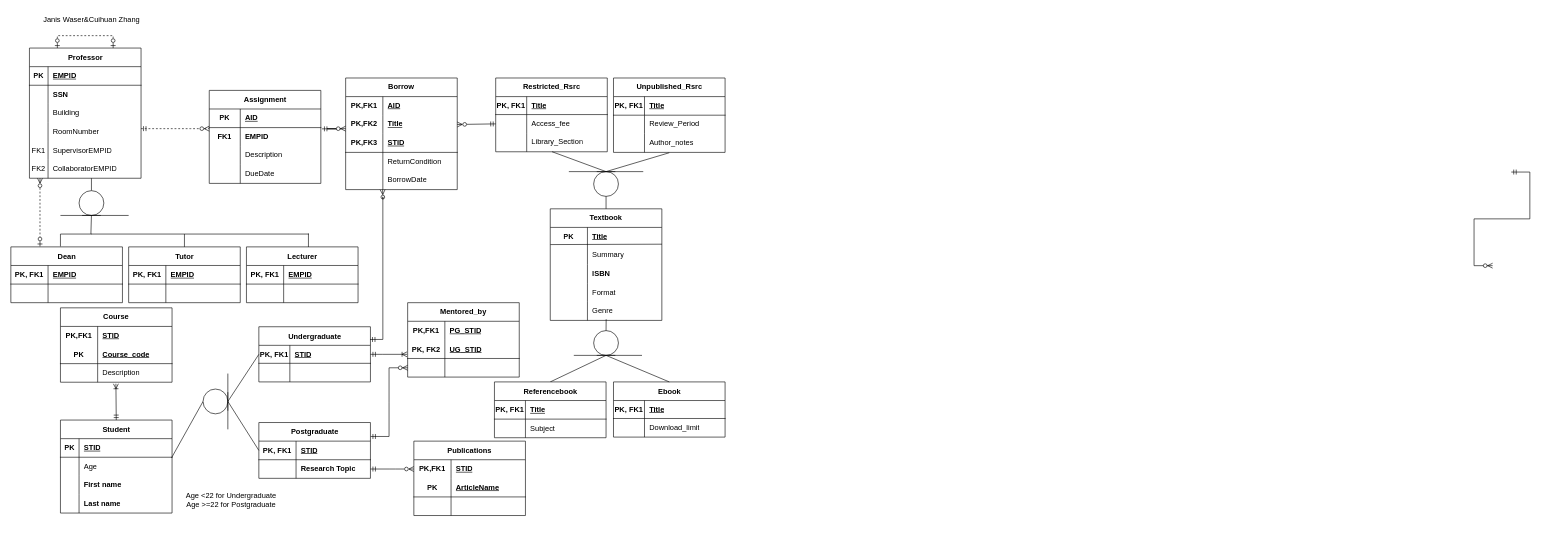
us-ja/Data_Management keeps this draw.io diagram as Homework2/DM-HW2_Janis_Waser_Cuihan_Zhang.drawio. Above is the earlier version. Source tidied: cells renumbered, new cells numbered last; positions are measured from the earlier drawing's top-left corner, leaving out a move shared by most shapes. Both pictures are drawn from the tidied source at 62%, with x=0, y=0 at pixel (11, 11).
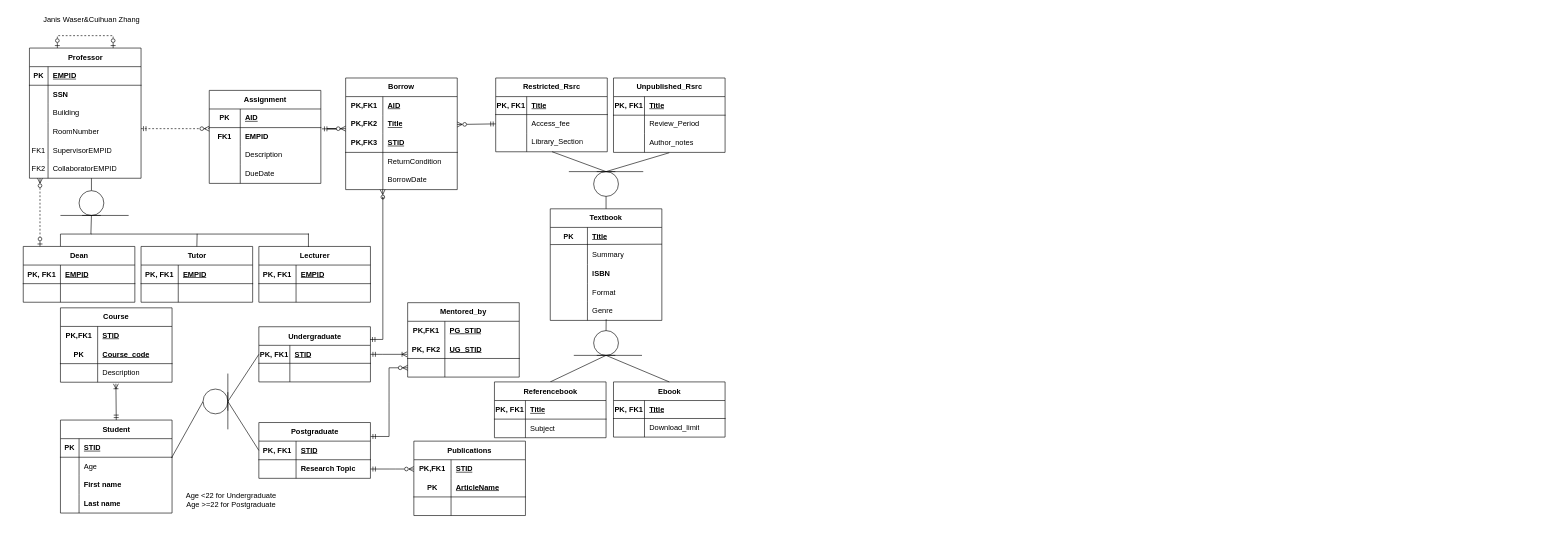
The same diagram, later.

The change refers to these unchanged cells:
```xml
<mxCell id="70" style="shape=partialRectangle;whiteSpace=wrap;html=1;bottom=0;right=0;fillColor=none;direction=south;" parent="1" vertex="1">
  <mxGeometry x="130" y="360" width="350" height="20" as="geometry" />
</mxCell>
```

The edit, as a diff of the source:
```diff
@@
     <mxCell id="49" value="Dean" style="shape=table;startSize=30;childLayout=tableLayout;rowLines=0;fontStyle=1;align=center;html=1;" parent="1" vertex="1">
-      <mxGeometry y="380.7" width="180" height="90" as="geometry" />
+      <mxGeometry x="20" y="380" width="180" height="90" as="geometry" />
     </mxCell>
@@
     <mxCell id="56" value="Tutor" style="shape=table;startSize=30;childLayout=tableLayout;rowLines=0;fontStyle=1;align=center;html=1;" parent="1" vertex="1">
-      <mxGeometry x="190" y="380.7" width="180" height="90" as="geometry" />
+      <mxGeometry x="210" y="380" width="180" height="90" as="geometry" />
     </mxCell>
@@
     <mxCell id="63" value="Lecturer" style="shape=table;startSize=30;childLayout=tableLayout;rowLines=0;fontStyle=1;align=center;html=1;" parent="1" vertex="1">
-      <mxGeometry x="380" y="380.7" width="180" height="90" as="geometry" />
+      <mxGeometry x="400" y="380" width="180" height="90" as="geometry" />
     </mxCell>
@@
-    <mxCell id="183" style="edgeStyle=entityRelationEdgeStyle;fontSize=12;html=1;endArrow=ERzeroToMany;startArrow=ERmandOne;rounded=0;entryX=1;entryY=0.5;entryDx=0;entryDy=0;exitX=1;exitY=0.5;exitDx=0;exitDy=0;" parent="1" edge="1">
-      <mxGeometry relative="1" as="geometry">
-        <mxPoint x="2420" y="260" as="sourcePoint" />
-        <mxPoint x="2390" y="411" as="targetPoint" />
-        <Array as="points">
-          <mxPoint x="2460" y="370" />
-        </Array>
-      </mxGeometry>
-    </mxCell>
@@
-    <mxCell id="203" style="endArrow=none;html=1;rounded=0;exitX=0.5;exitY=0;exitDx=0;exitDy=0;" parent="1" edge="1" source="56">
-      <mxGeometry relative="1" as="geometry">
-        <mxPoint x="280" y="360" as="targetPoint" />
-      </mxGeometry>
+    <mxCell id="203" style="endArrow=none;html=1;rounded=0;exitX=0.5;exitY=0;exitDx=0;exitDy=0;entryX=-0.021;entryY=0.513;entryDx=0;entryDy=0;entryPerimeter=0;" parent="1" edge="1" source="56" target="70">
+      <mxGeometry relative="1" as="geometry" />
     </mxCell>
```
